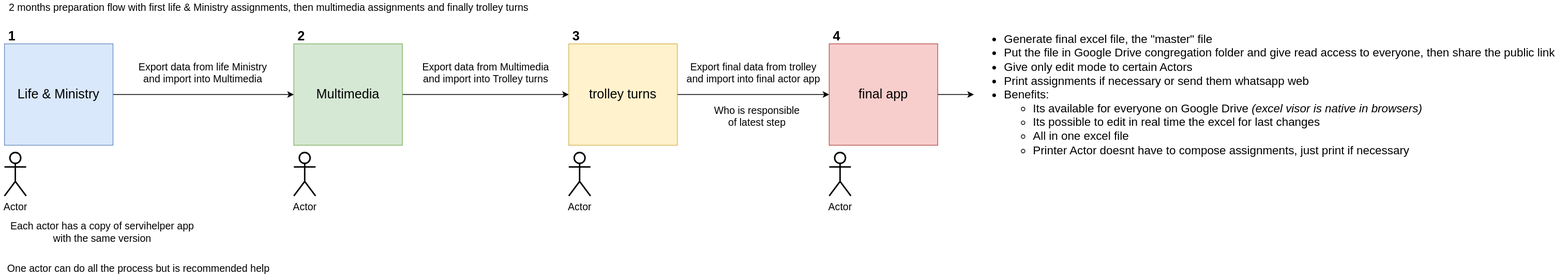
Above: pictures/servihelper-flow.svg in TitoMoi/servihelper (draw.io), before the change. Source tidied: cells renumbered, new cells last; positions are measured from the earlier drawing's top-left corner, leaving out a move shared by most shapes.
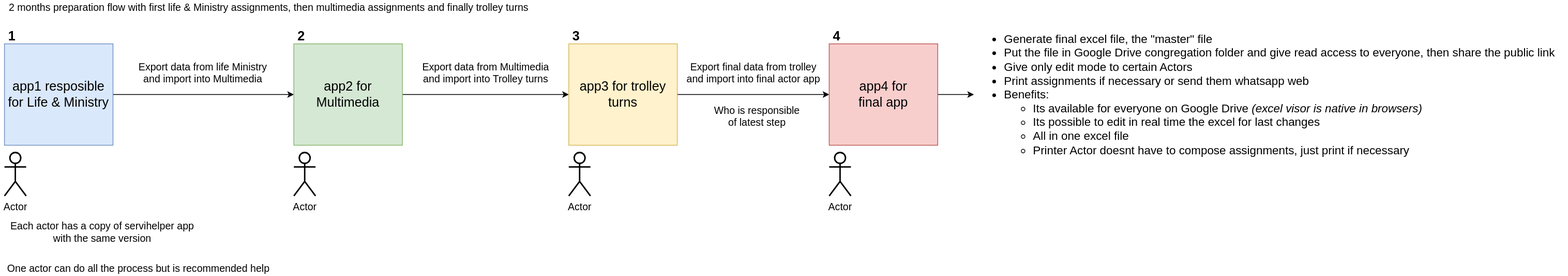
The same file after the commit.

What changed in the source:
```diff
@@ -5,19 +5,19 @@
     <mxCell id="2" style="edgeStyle=orthogonalEdgeStyle;rounded=0;jettySize=auto;html=1;entryX=0;entryY=0.5;entryDx=0;entryDy=0;fontSize=18;" parent="1" edge="1" source="3" target="5">
       <mxGeometry relative="1" as="geometry" />
     </mxCell>
-    <mxCell id="3" value="&lt;font style=&quot;font-size: 18px;&quot;&gt;Life &amp;amp; Ministry&lt;/font&gt;" style="rounded=0;whiteSpace=wrap;html=1;fillColor=#dae8fc;strokeColor=#6c8ebf;" parent="1" vertex="1">
+    <mxCell id="3" value="&lt;font style=&quot;font-size: 18px;&quot;&gt;app1 resposible for Life &amp;amp; Ministry&lt;/font&gt;" style="rounded=0;whiteSpace=wrap;html=1;fillColor=#dae8fc;strokeColor=#6c8ebf;" parent="1" vertex="1">
       <mxGeometry x="5" y="60" width="150" height="140" as="geometry" />
     </mxCell>
     <mxCell id="4" style="edgeStyle=orthogonalEdgeStyle;rounded=0;jettySize=auto;html=1;fontSize=18;" parent="1" edge="1" source="5" target="7">
       <mxGeometry relative="1" as="geometry" />
     </mxCell>
-    <mxCell id="5" value="&lt;font style=&quot;font-size: 18px;&quot;&gt;Multimedia&lt;/font&gt;" style="rounded=0;whiteSpace=wrap;html=1;fillColor=#d5e8d4;strokeColor=#82b366;" parent="1" vertex="1">
+    <mxCell id="5" value="&lt;font style=&quot;font-size: 18px;&quot;&gt;app2 for Multimedia&lt;/font&gt;" style="rounded=0;whiteSpace=wrap;html=1;fillColor=#d5e8d4;strokeColor=#82b366;" parent="1" vertex="1">
       <mxGeometry x="405" y="60" width="150" height="140" as="geometry" />
     </mxCell>
     <mxCell id="6" style="edgeStyle=orthogonalEdgeStyle;rounded=0;jettySize=auto;html=1;entryX=0;entryY=0.5;entryDx=0;entryDy=0;fontSize=14;fontColor=default;" parent="1" edge="1" source="7" target="16">
       <mxGeometry relative="1" as="geometry" />
     </mxCell>
-    <mxCell id="7" value="&lt;font style=&quot;font-size: 18px;&quot;&gt;trolley turns&lt;/font&gt;" style="rounded=0;whiteSpace=wrap;html=1;fillColor=#fff2cc;strokeColor=#d6b656;" parent="1" vertex="1">
+    <mxCell id="7" value="&lt;font style=&quot;font-size: 18px;&quot;&gt;app3 for trolley turns&lt;/font&gt;" style="rounded=0;whiteSpace=wrap;html=1;fillColor=#fff2cc;strokeColor=#d6b656;" parent="1" vertex="1">
       <mxGeometry x="785" y="60" width="150" height="140" as="geometry" />
     </mxCell>
     <mxCell id="8" value="Export data from life Ministry &lt;br&gt;and import into Multimedia" style="text;html=1;align=center;verticalAlign=middle;strokeColor=none;fillColor=none;fontSize=14;" parent="1" vertex="1">
@@ -44,7 +44,7 @@
     <mxCell id="15" style="edgeStyle=orthogonalEdgeStyle;rounded=0;jettySize=auto;html=1;fontSize=16;fontColor=default;" parent="1" edge="1" source="16" target="19">
       <mxGeometry relative="1" as="geometry" />
     </mxCell>
-    <mxCell id="16" value="&lt;font style=&quot;font-size: 18px;&quot;&gt;final app&lt;/font&gt;" style="rounded=0;whiteSpace=wrap;html=1;fillColor=#f8cecc;strokeColor=#b85450;" parent="1" vertex="1">
+    <mxCell id="16" value="&lt;font style=&quot;font-size: 18px;&quot;&gt;app4 for &lt;br&gt;final app&lt;/font&gt;" style="rounded=0;whiteSpace=wrap;html=1;fillColor=#f8cecc;strokeColor=#b85450;" parent="1" vertex="1">
       <mxGeometry x="1145" y="60" width="150" height="140" as="geometry" />
     </mxCell>
     <mxCell id="17" value="Export final data from trolley&lt;br&gt;and&amp;nbsp;import into final actor app" style="text;html=1;align=center;verticalAlign=middle;strokeColor=none;fillColor=none;fontSize=14;" parent="1" vertex="1">
```
